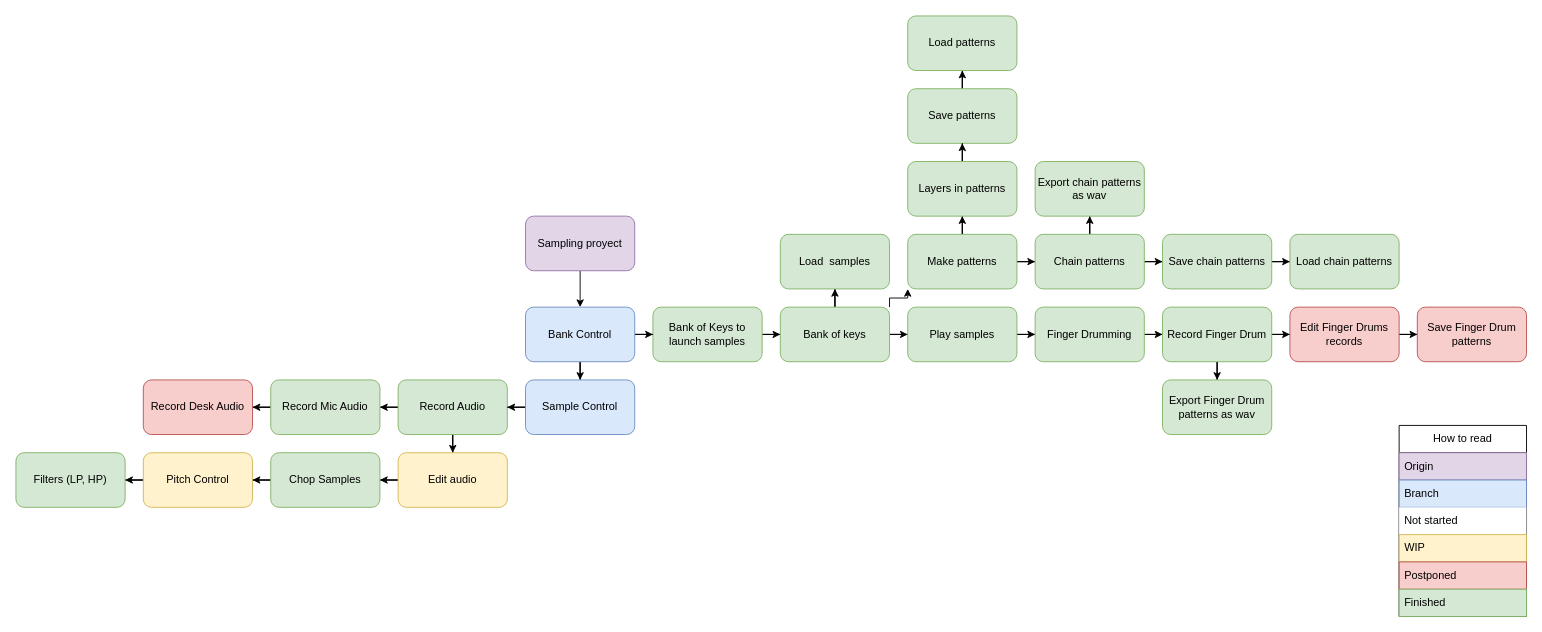
This is Status Diagram/Sampling proyect diagram.drawio from elcalak/Sampling, a draw.io file, before an edit. Source tidied: cells renumbered, new cells numbered last; positions are measured from the earlier drawing's top-left corner, leaving out a move shared by most shapes. Both pictures are drawn from the tidied source at 91%, with x=0, y=0 at pixel (15, 15).
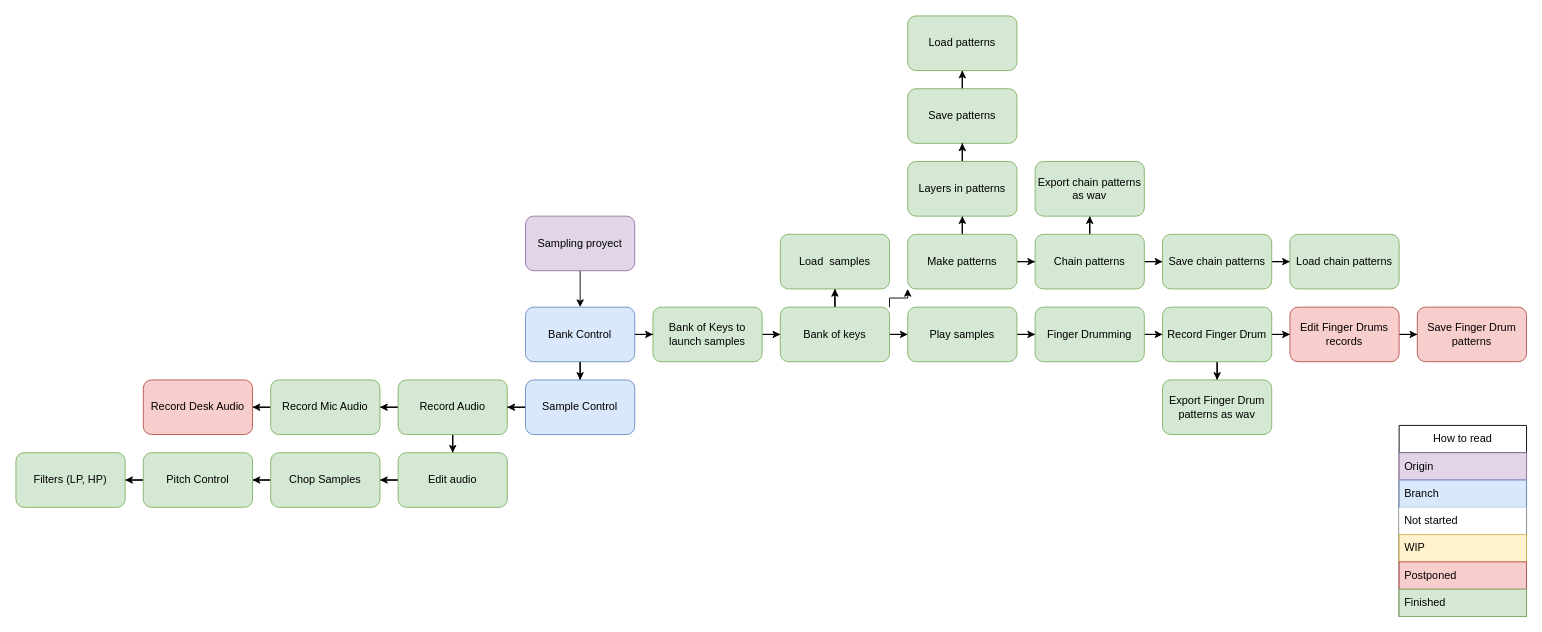
The same page after the edit.

Diff of the diagram source:
```diff
@@
-    <mxCell id="10" value="Edit audio" style="rounded=1;whiteSpace=wrap;html=1;fillColor=#fff2cc;strokeColor=#d6b656;" parent="1" vertex="1">
+    <mxCell id="10" value="Edit audio" style="rounded=1;whiteSpace=wrap;html=1;fillColor=#d5e8d4;strokeColor=#82b366;" parent="1" vertex="1">
       <mxGeometry x="420" y="480" width="120" height="60" as="geometry" />
     </mxCell>
@@
-    <mxCell id="52" value="Pitch Control" style="whiteSpace=wrap;html=1;rounded=1;fillColor=#fff2cc;strokeColor=#d6b656;" parent="1" vertex="1">
+    <mxCell id="52" value="Pitch Control" style="whiteSpace=wrap;html=1;rounded=1;fillColor=#d5e8d4;strokeColor=#82b366;" parent="1" vertex="1">
       <mxGeometry x="140" y="480" width="120" height="60" as="geometry" />
     </mxCell>
```
